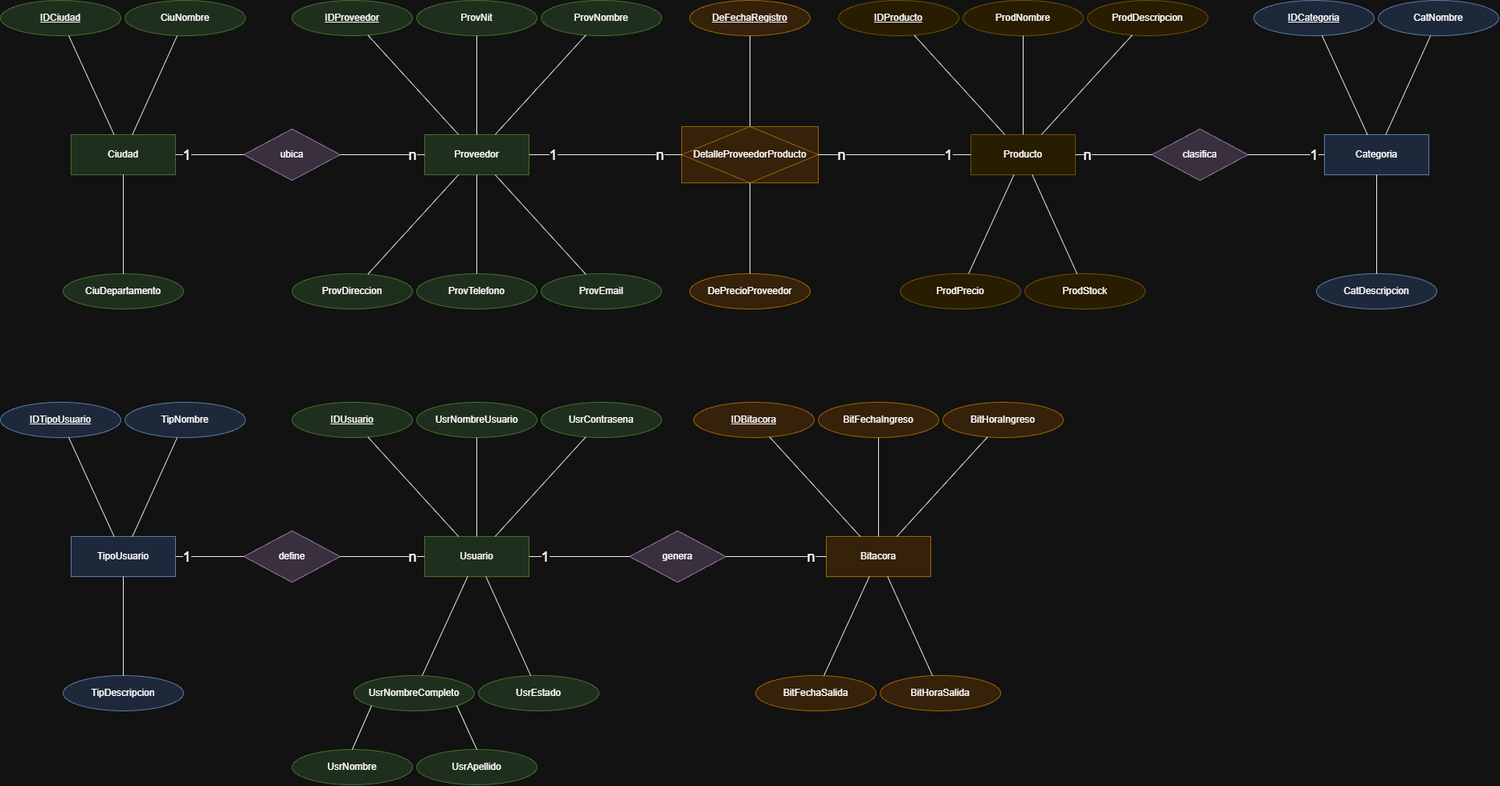
SantiagoRB17/Proyecto-Final-Bases-de-Datos-I keeps this draw.io diagram as docs/DiagramaEntidadRelacion.png. Above is the earlier version. Source tidied: cells renumbered, new cells last; positions are measured from the earlier drawing's top-left corner, leaving out a move shared by most shapes.
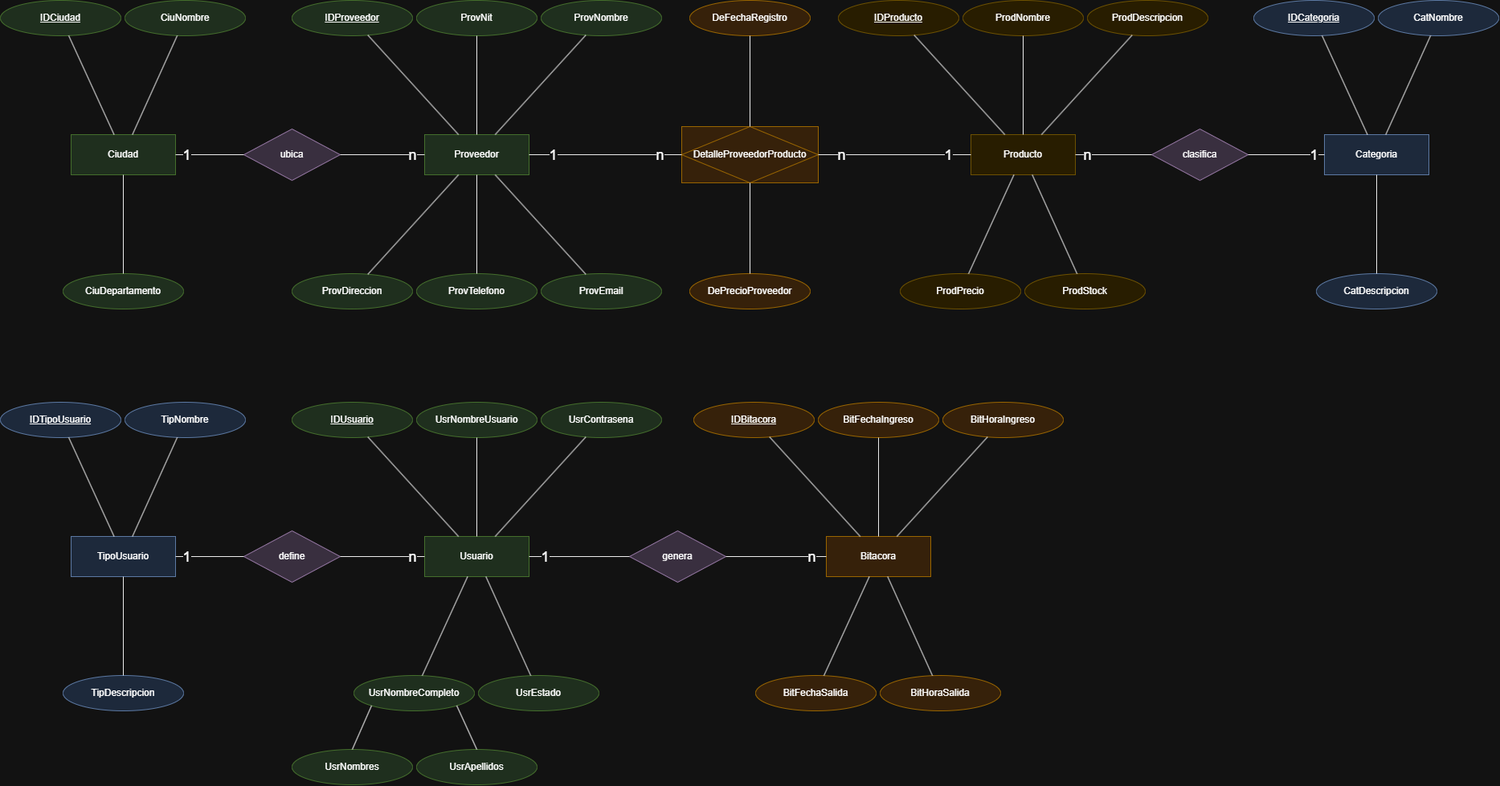
The same diagram one commit later.

Commit message:
docs: corregir diagrama entidad-relación y mostrarlo en el README

Diff of the diagram source:
```diff
@@ -65,7 +65,7 @@
     <mxCell id="22" value="DetalleProveedorProducto" style="shape=associativeEntity;whiteSpace=wrap;fillColor=#ffe6cc;strokeColor=#d79b00;html=1;" parent="1" vertex="1">
       <mxGeometry x="848" y="157" width="170" height="70" as="geometry" />
     </mxCell>
-    <mxCell id="23" value="DeFechaRegistro" style="ellipse;whiteSpace=wrap;html=1;fontStyle=4;fillColor=#ffe6cc;strokeColor=#d79b00;" parent="1" vertex="1">
+    <mxCell id="23" value="DeFechaRegistro" style="ellipse;whiteSpace=wrap;html=1;fontStyle=0;fillColor=#ffe6cc;strokeColor=#d79b00;" parent="1" vertex="1">
       <mxGeometry x="858" width="150" height="44" as="geometry" />
     </mxCell>
     <mxCell id="24" style="endArrow=none;html=1;strokeColor=#000000;" parent="1" edge="1" source="22" target="23">
@@ -296,10 +296,10 @@
     <mxCell id="99" value="n" style="edgeLabel;html=1;align=center;verticalAlign=middle;fontSize=18;labelBackgroundColor=#ffffff;" parent="97" vertex="1">
       <mxGeometry x="0.7" relative="1" as="geometry" />
     </mxCell>
-    <mxCell id="100" value="UsrNombre" style="ellipse;whiteSpace=wrap;html=1;fontStyle=0;fillColor=#d5e8d4;strokeColor=#82b366;" parent="1" vertex="1">
+    <mxCell id="100" value="UsrNombres" style="ellipse;whiteSpace=wrap;html=1;fontStyle=0;fillColor=#d5e8d4;strokeColor=#82b366;" parent="1" vertex="1">
       <mxGeometry x="363" y="932" width="150" height="44" as="geometry" />
     </mxCell>
-    <mxCell id="101" value="UsrApellido" style="ellipse;whiteSpace=wrap;html=1;fontStyle=0;fillColor=#d5e8d4;strokeColor=#82b366;" parent="1" vertex="1">
+    <mxCell id="101" value="UsrApellidos" style="ellipse;whiteSpace=wrap;html=1;fontStyle=0;fillColor=#d5e8d4;strokeColor=#82b366;" parent="1" vertex="1">
       <mxGeometry x="518" y="932" width="150" height="44" as="geometry" />
     </mxCell>
     <mxCell id="102" style="endArrow=none;html=1;rounded=0;exitX=0;exitY=1;exitDx=0;exitDy=0;entryX=0.5;entryY=0;entryDx=0;entryDy=0;" parent="1" edge="1" source="59" target="100">
```
